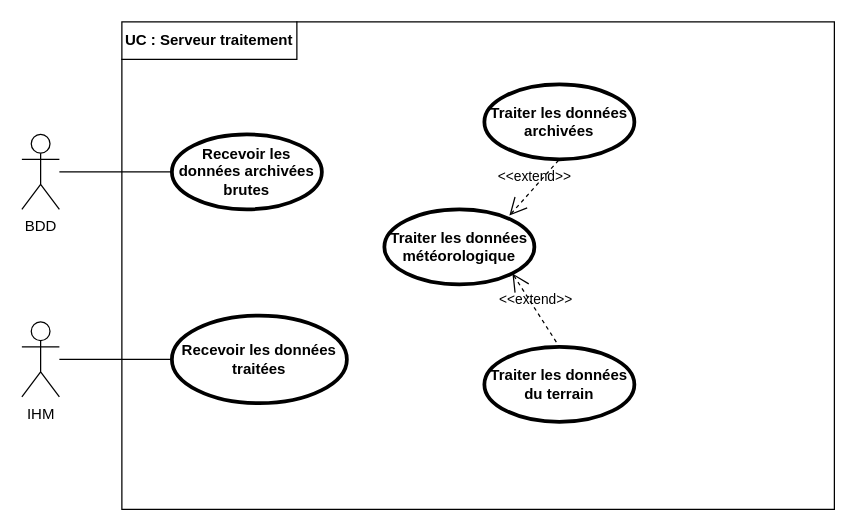
Before: documentation/Use_case_Serveur traitement.drawio in ToGen49/Hippodrome, a draw.io diagram. Source tidied: cells renumbered, new cells numbered last; positions are measured from the earlier drawing's top-left corner, leaving out a move shared by most shapes. Both pictures are drawn from the tidied source at 125%, with x=0, y=0 at pixel (21, 21).
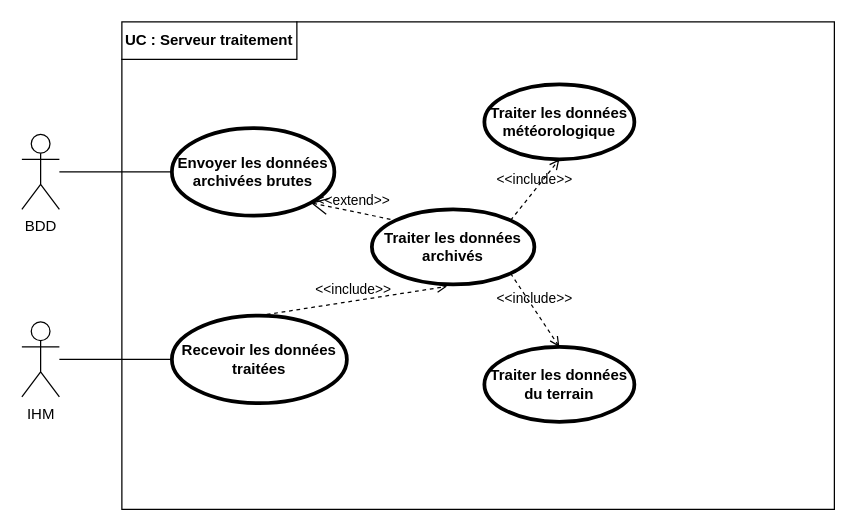
Above is the later version.

Commit message (it also covers changes not shown here):
Mettre à jour Use_case_Serveur traitement.drawio

What changed in the source:
```diff
@@
 <mxGraphModel>
   <root>
     <mxCell id="0" />
     <mxCell id="1" parent="0" />
     <mxCell id="2" style="rounded=0;whiteSpace=wrap;html=1;" parent="1" vertex="1">
       <mxGeometry x="80" width="570" height="390" as="geometry" />
     </mxCell>
     <mxCell id="3" value="BDD" style="shape=umlActor;verticalLabelPosition=bottom;verticalAlign=top;html=1;outlineConnect=0;" parent="1" vertex="1">
       <mxGeometry y="90" width="30" height="60" as="geometry" />
     </mxCell>
     <mxCell id="4" value="&lt;b&gt;UC : Serveur traitement&lt;/b&gt;" style="shape=partialRectangle;whiteSpace=wrap;html=1;top=0;left=0;fillColor=none;" parent="1" vertex="1">
       <mxGeometry x="80" width="140" height="30" as="geometry" />
     </mxCell>
     <mxCell id="5" value="IHM" style="shape=umlActor;verticalLabelPosition=bottom;verticalAlign=top;html=1;outlineConnect=0;" parent="1" vertex="1">
       <mxGeometry y="240" width="30" height="60" as="geometry" />
     </mxCell>
     <mxCell id="6" style="endArrow=none;html=1;rounded=0;exitX=0;exitY=0.5;exitDx=0;exitDy=0;" parent="1" edge="1" source="11" target="5">
       <mxGeometry relative="1" as="geometry" />
     </mxCell>
-    <mxCell id="7" value="&amp;lt;&amp;lt;extend&amp;gt;&amp;gt;" style="edgeStyle=none;html=1;startArrow=open;endArrow=none;startSize=12;verticalAlign=bottom;dashed=1;labelBackgroundColor=none;rounded=0;entryX=0.5;entryY=1;entryDx=0;entryDy=0;exitX=0.5;exitY=0;exitDx=0;exitDy=0;" parent="1" edge="1" target="12">
-      <mxGeometry relative="1" as="geometry">
-        <mxPoint x="390" y="155" as="sourcePoint" />
-      </mxGeometry>
-    </mxCell>
-    <mxCell id="8" value="&amp;lt;&amp;lt;extend&amp;gt;&amp;gt;" style="edgeStyle=none;html=1;startArrow=open;endArrow=none;startSize=12;verticalAlign=bottom;dashed=1;labelBackgroundColor=none;rounded=0;entryX=0.5;entryY=0;entryDx=0;entryDy=0;exitX=1;exitY=1;exitDx=0;exitDy=0;" parent="1" edge="1" source="13" target="14">
-      <mxGeometry relative="1" as="geometry" />
-    </mxCell>
-    <mxCell id="9" value="Recevoir les données archivées brutes" style="shape=ellipse;html=1;strokeWidth=3;fontStyle=1;whiteSpace=wrap;align=center;perimeter=ellipsePerimeter;" parent="1" vertex="1">
-      <mxGeometry x="120" y="90" width="120" height="60" as="geometry" />
+    <mxCell id="9" value="Envoyer les données archivées brutes" style="shape=ellipse;html=1;strokeWidth=3;fontStyle=1;whiteSpace=wrap;align=center;perimeter=ellipsePerimeter;" parent="1" vertex="1">
+      <mxGeometry x="120" y="85" width="130" height="70" as="geometry" />
     </mxCell>
     <mxCell id="10" style="edgeStyle=none;html=1;endArrow=none;verticalAlign=bottom;rounded=0;" parent="1" edge="1" source="3" target="9">
       <mxGeometry relative="1" as="geometry" />
     </mxCell>
     <mxCell id="11" value="Recevoir les données traitées" style="shape=ellipse;html=1;strokeWidth=3;fontStyle=1;whiteSpace=wrap;align=center;perimeter=ellipsePerimeter;" parent="1" vertex="1">
       <mxGeometry x="120" y="235" width="140" height="70" as="geometry" />
     </mxCell>
-    <mxCell id="12" value="Traiter les données archivées" style="shape=ellipse;html=1;strokeWidth=3;fontStyle=1;whiteSpace=wrap;align=center;perimeter=ellipsePerimeter;" parent="1" vertex="1">
+    <mxCell id="12" value="Traiter les données météorologique" style="shape=ellipse;html=1;strokeWidth=3;fontStyle=1;whiteSpace=wrap;align=center;perimeter=ellipsePerimeter;" parent="1" vertex="1">
       <mxGeometry x="370" y="50" width="120" height="60" as="geometry" />
     </mxCell>
-    <mxCell id="13" value="Traiter les données météorologique" style="shape=ellipse;html=1;strokeWidth=3;fontStyle=1;whiteSpace=wrap;align=center;perimeter=ellipsePerimeter;" parent="1" vertex="1">
-      <mxGeometry x="290" y="150" width="120" height="60" as="geometry" />
+    <mxCell id="13" value="Traiter les données archivés" style="shape=ellipse;html=1;strokeWidth=3;fontStyle=1;whiteSpace=wrap;align=center;perimeter=ellipsePerimeter;" parent="1" vertex="1">
+      <mxGeometry x="280" y="150" width="130" height="60" as="geometry" />
     </mxCell>
     <mxCell id="14" value="Traiter les données du terrain" style="shape=ellipse;html=1;strokeWidth=3;fontStyle=1;whiteSpace=wrap;align=center;perimeter=ellipsePerimeter;" parent="1" vertex="1">
       <mxGeometry x="370" y="260" width="120" height="60" as="geometry" />
     </mxCell>
+    <mxCell id="15" value="&amp;lt;&amp;lt;extend&amp;gt;&amp;gt;" style="edgeStyle=none;html=1;startArrow=open;endArrow=none;startSize=12;verticalAlign=bottom;dashed=1;labelBackgroundColor=none;rounded=0;exitX=1;exitY=1;exitDx=0;exitDy=0;entryX=0;entryY=0;entryDx=0;entryDy=0;" parent="1" edge="1" source="9" target="13">
+      <mxGeometry relative="1" as="geometry" />
+    </mxCell>
+    <mxCell id="16" value="&amp;lt;&amp;lt;include&amp;gt;&amp;gt;" style="edgeStyle=none;html=1;endArrow=open;verticalAlign=bottom;dashed=1;labelBackgroundColor=none;rounded=0;exitX=0.5;exitY=0;exitDx=0;exitDy=0;entryX=0.462;entryY=1.028;entryDx=0;entryDy=0;entryPerimeter=0;" parent="1" edge="1" source="11" target="13">
+      <mxGeometry relative="1" as="geometry" />
+    </mxCell>
+    <mxCell id="17" value="&amp;lt;&amp;lt;include&amp;gt;&amp;gt;" style="edgeStyle=none;html=1;endArrow=open;verticalAlign=bottom;dashed=1;labelBackgroundColor=none;rounded=0;entryX=0.5;entryY=1;entryDx=0;entryDy=0;exitX=1;exitY=0;exitDx=0;exitDy=0;" parent="1" edge="1" source="13" target="12">
+      <mxGeometry relative="1" as="geometry" />
+    </mxCell>
+    <mxCell id="8" value="&amp;lt;&amp;lt;include&amp;gt;&amp;gt;" style="edgeStyle=none;html=1;endArrow=open;verticalAlign=bottom;dashed=1;labelBackgroundColor=none;rounded=0;entryX=0.5;entryY=0;entryDx=0;entryDy=0;exitX=1;exitY=1;exitDx=0;exitDy=0;" parent="1" edge="1" source="13" target="14">
+      <mxGeometry relative="1" as="geometry" />
+    </mxCell>
   </root>
 </mxGraphModel>
```
